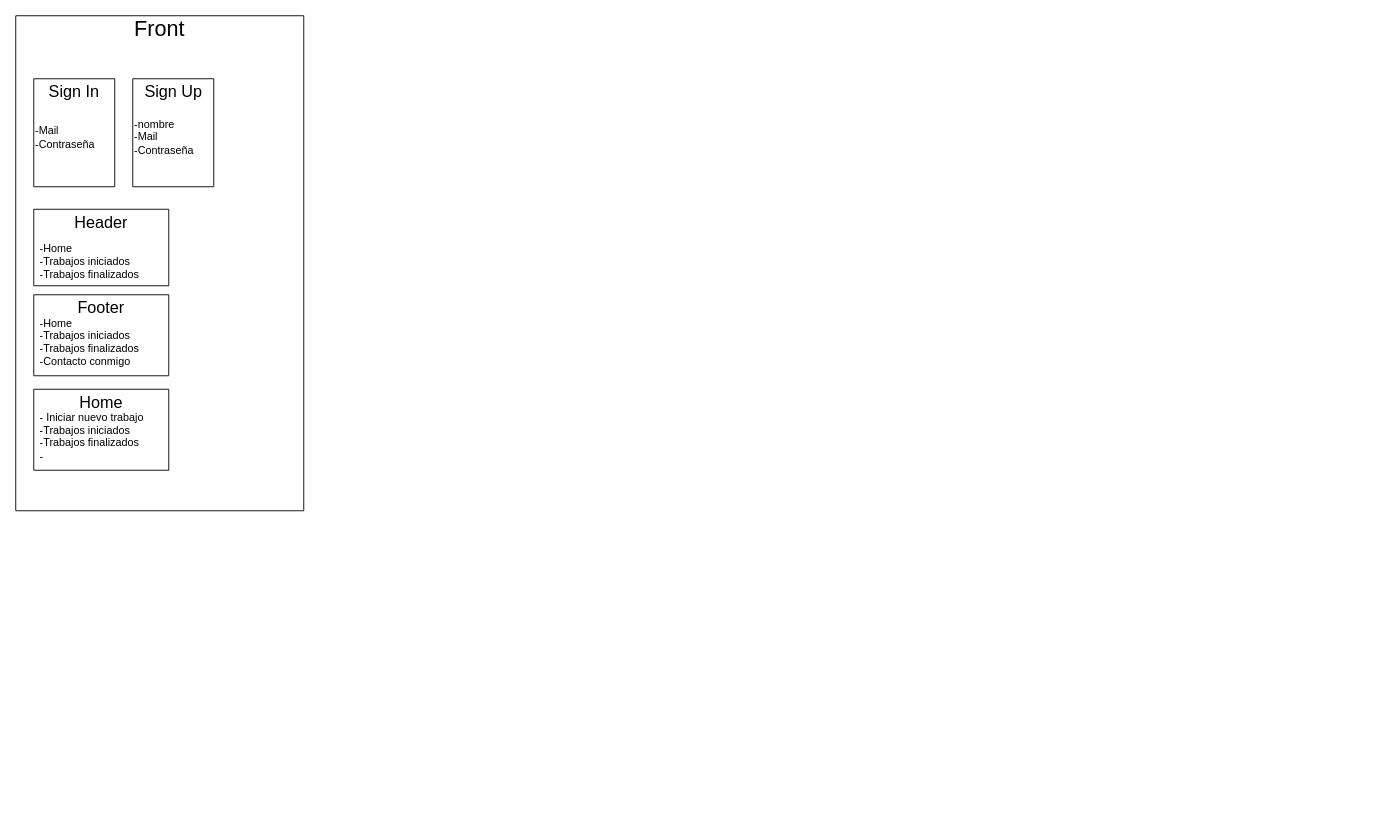
Before: servicioTecnico.drawio in Daniel-Ceriana/servicioTecnico, a draw.io diagram. Source tidied: cells renumbered, new cells numbered last; positions are measured from the earlier drawing's top-left corner, leaving out a move shared by most shapes. Both pictures are drawn from the tidied source at 90%, with x=0, y=0 at pixel (15, 15).
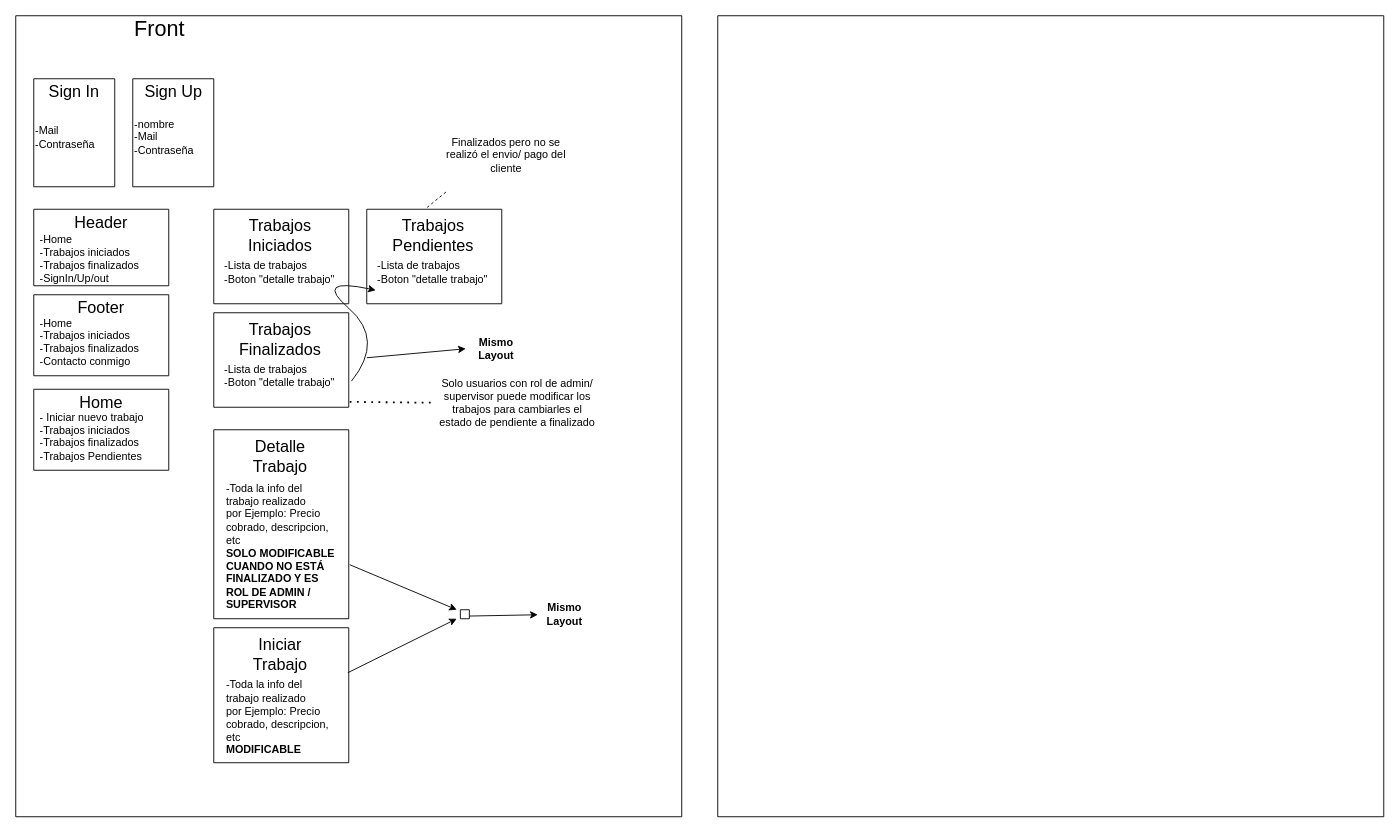
After the change.

Commit message:
Primera instancia de front en .drawio

Change to the diagram source:
```diff
@@
     <mxCell id="2" style="verticalLabelPosition=bottom;verticalAlign=top;html=1;shape=mxgraph.basic.rect;fillColor2=none;strokeWidth=1;size=20;indent=5;" parent="1" vertex="1">
-      <mxGeometry width="320" height="550" as="geometry" />
+      <mxGeometry width="740" height="890" as="geometry" />
     </mxCell>
@@
-    <mxCell id="12" value="&lt;div style=&quot;&quot;&gt;-Home&lt;/div&gt;&lt;div style=&quot;&quot;&gt;-Trabajos iniciados&lt;/div&gt;&lt;div style=&quot;&quot;&gt;-Trabajos finalizados&lt;/div&gt;&lt;div style=&quot;&quot;&gt;&lt;br&gt;&lt;/div&gt;" style="text;html=1;strokeColor=none;fillColor=none;align=left;verticalAlign=middle;whiteSpace=wrap;rounded=0;" parent="1" vertex="1">
-      <mxGeometry x="25" y="240" width="115" height="80" as="geometry" />
+    <mxCell id="12" value="&lt;div style=&quot;&quot;&gt;-Home&lt;/div&gt;&lt;div style=&quot;&quot;&gt;-Trabajos iniciados&lt;/div&gt;&lt;div style=&quot;&quot;&gt;-Trabajos finalizados&lt;/div&gt;&lt;div style=&quot;&quot;&gt;-SignIn/Up/out&lt;/div&gt;" style="text;html=1;strokeColor=none;fillColor=none;align=left;verticalAlign=middle;whiteSpace=wrap;rounded=0;" parent="1" vertex="1">
+      <mxGeometry x="25" y="230" width="115" height="80" as="geometry" />
     </mxCell>
@@
-    <mxCell id="18" value="&lt;div style=&quot;&quot;&gt;- Iniciar nuevo trabajo&lt;/div&gt;&lt;div style=&quot;&quot;&gt;-Trabajos iniciados&lt;/div&gt;&lt;div style=&quot;&quot;&gt;-Trabajos finalizados&lt;br&gt;-&lt;/div&gt;&lt;div style=&quot;&quot;&gt;&lt;br&gt;&lt;/div&gt;" style="text;html=1;strokeColor=none;fillColor=none;align=left;verticalAlign=middle;whiteSpace=wrap;rounded=0;" parent="1" vertex="1">
+    <mxCell id="18" value="&lt;div style=&quot;&quot;&gt;- Iniciar nuevo trabajo&lt;/div&gt;&lt;div style=&quot;&quot;&gt;-Trabajos iniciados&lt;/div&gt;&lt;div style=&quot;&quot;&gt;-Trabajos finalizados&lt;br&gt;-Trabajos Pendientes&lt;/div&gt;&lt;div style=&quot;&quot;&gt;&lt;br&gt;&lt;/div&gt;" style="text;html=1;strokeColor=none;fillColor=none;align=left;verticalAlign=middle;whiteSpace=wrap;rounded=0;" parent="1" vertex="1">
       <mxGeometry x="25" y="435" width="125" height="80" as="geometry" />
     </mxCell>
+    <mxCell id="19" style="verticalLabelPosition=bottom;verticalAlign=top;html=1;shape=mxgraph.basic.rect;fillColor2=none;strokeWidth=1;size=20;indent=5;" parent="1" vertex="1">
+      <mxGeometry x="220" y="215" width="150" height="105" as="geometry" />
+    </mxCell>
+    <mxCell id="20" value="&lt;span style=&quot;font-size: 18px;&quot;&gt;Trabajos Iniciados&lt;/span&gt;" style="text;html=1;strokeColor=none;fillColor=none;align=center;verticalAlign=middle;whiteSpace=wrap;rounded=0;" parent="1" vertex="1">
+      <mxGeometry x="264" y="230" width="60" height="30" as="geometry" />
+    </mxCell>
+    <mxCell id="21" value="&lt;div style=&quot;&quot;&gt;-Lista de trabajos&lt;/div&gt;&lt;div style=&quot;&quot;&gt;-Boton &quot;detalle trabajo&quot;&lt;/div&gt;" style="text;html=1;strokeColor=none;fillColor=none;align=left;verticalAlign=middle;whiteSpace=wrap;rounded=0;" parent="1" vertex="1">
+      <mxGeometry x="230" y="245" width="125" height="80" as="geometry" />
+    </mxCell>
+    <mxCell id="22" style="verticalLabelPosition=bottom;verticalAlign=top;html=1;shape=mxgraph.basic.rect;fillColor2=none;strokeWidth=1;size=20;indent=5;" parent="1" vertex="1">
+      <mxGeometry x="220" y="330" width="150" height="105" as="geometry" />
+    </mxCell>
+    <mxCell id="23" value="&lt;span style=&quot;font-size: 18px;&quot;&gt;Trabajos Finalizados&lt;/span&gt;" style="text;html=1;strokeColor=none;fillColor=none;align=center;verticalAlign=middle;whiteSpace=wrap;rounded=0;" parent="1" vertex="1">
+      <mxGeometry x="264" y="345" width="60" height="30" as="geometry" />
+    </mxCell>
+    <mxCell id="24" value="&lt;div style=&quot;&quot;&gt;-Lista de trabajos&lt;/div&gt;&lt;div style=&quot;&quot;&gt;-Boton &quot;detalle trabajo&quot;&lt;/div&gt;" style="text;html=1;strokeColor=none;fillColor=none;align=left;verticalAlign=middle;whiteSpace=wrap;rounded=0;" parent="1" vertex="1">
+      <mxGeometry x="230" y="360" width="125" height="80" as="geometry" />
+    </mxCell>
+    <mxCell id="25" style="verticalLabelPosition=bottom;verticalAlign=top;html=1;shape=mxgraph.basic.rect;fillColor2=none;strokeWidth=1;size=20;indent=5;" parent="1" vertex="1">
+      <mxGeometry x="220" y="460" width="150" height="210" as="geometry" />
+    </mxCell>
+    <mxCell id="26" value="&lt;span style=&quot;font-size: 18px;&quot;&gt;Detalle Trabajo&lt;/span&gt;" style="text;html=1;strokeColor=none;fillColor=none;align=center;verticalAlign=middle;whiteSpace=wrap;rounded=0;" parent="1" vertex="1">
+      <mxGeometry x="264" y="475" width="60" height="30" as="geometry" />
+    </mxCell>
+    <mxCell id="27" value="&lt;div style=&quot;&quot;&gt;-Toda la info del trabajo realizado&lt;/div&gt;&lt;div style=&quot;&quot;&gt;por Ejemplo: Precio cobrado, descripcion, etc&lt;/div&gt;&lt;div style=&quot;&quot;&gt;&lt;b&gt;SOLO MODIFICABLE CUANDO NO ESTÁ FINALIZADO Y ES ROL DE ADMIN / SUPERVISOR&lt;/b&gt;&lt;/div&gt;" style="text;html=1;strokeColor=none;fillColor=none;align=left;verticalAlign=middle;whiteSpace=wrap;rounded=0;" parent="1" vertex="1">
+      <mxGeometry x="231.5" y="550" width="125" height="80" as="geometry" />
+    </mxCell>
+    <mxCell id="28" style="verticalLabelPosition=bottom;verticalAlign=top;html=1;shape=mxgraph.basic.rect;fillColor2=none;strokeWidth=1;size=20;indent=5;" parent="1" vertex="1">
+      <mxGeometry x="390" y="215" width="150" height="105" as="geometry" />
+    </mxCell>
+    <mxCell id="29" value="&lt;span style=&quot;font-size: 18px;&quot;&gt;Trabajos Pendientes&lt;/span&gt;" style="text;html=1;strokeColor=none;fillColor=none;align=center;verticalAlign=middle;whiteSpace=wrap;rounded=0;" parent="1" vertex="1">
+      <mxGeometry x="434" y="230" width="60" height="30" as="geometry" />
+    </mxCell>
+    <mxCell id="30" value="&lt;div style=&quot;&quot;&gt;-Lista de trabajos&lt;/div&gt;&lt;div style=&quot;&quot;&gt;-Boton &quot;detalle trabajo&quot;&lt;/div&gt;" style="text;html=1;strokeColor=none;fillColor=none;align=left;verticalAlign=middle;whiteSpace=wrap;rounded=0;" parent="1" vertex="1">
+      <mxGeometry x="400" y="245" width="125" height="80" as="geometry" />
+    </mxCell>
+    <mxCell id="31" style="curved=1;endArrow=classic;html=1;rounded=0;exitX=1.02;exitY=0.724;exitDx=0;exitDy=0;exitPerimeter=0;entryX=0;entryY=0.75;entryDx=0;entryDy=0;" parent="1" edge="1" source="22" target="30">
+      <mxGeometry relative="1" as="geometry">
+        <Array as="points">
+          <mxPoint x="410" y="360" />
+          <mxPoint x="330" y="290" />
+        </Array>
+      </mxGeometry>
+    </mxCell>
+    <mxCell id="32" style="endArrow=classic;html=1;rounded=0;" parent="1" edge="1">
+      <mxGeometry relative="1" as="geometry">
+        <mxPoint x="390" y="380" as="sourcePoint" />
+        <mxPoint x="500" y="370" as="targetPoint" />
+      </mxGeometry>
+    </mxCell>
+    <mxCell id="33" value="&lt;b&gt;Mismo&lt;br&gt;Layout&lt;/b&gt;" style="text;html=1;strokeColor=none;fillColor=none;align=center;verticalAlign=middle;whiteSpace=wrap;rounded=0;" parent="1" vertex="1">
+      <mxGeometry x="494" y="355" width="80" height="30" as="geometry" />
+    </mxCell>
+    <mxCell id="34" style="verticalLabelPosition=bottom;verticalAlign=top;html=1;shape=mxgraph.basic.rect;fillColor2=none;strokeWidth=1;size=20;indent=5;" parent="1" vertex="1">
+      <mxGeometry x="220" y="680" width="150" height="150" as="geometry" />
+    </mxCell>
+    <mxCell id="35" value="&lt;span style=&quot;font-size: 18px;&quot;&gt;Iniciar Trabajo&lt;/span&gt;" style="text;html=1;strokeColor=none;fillColor=none;align=center;verticalAlign=middle;whiteSpace=wrap;rounded=0;" parent="1" vertex="1">
+      <mxGeometry x="264" y="695" width="60" height="30" as="geometry" />
+    </mxCell>
+    <mxCell id="36" value="&lt;div style=&quot;&quot;&gt;-Toda la info del trabajo realizado&lt;/div&gt;&lt;div style=&quot;&quot;&gt;por Ejemplo: Precio cobrado, descripcion, etc&lt;/div&gt;&lt;div style=&quot;&quot;&gt;&lt;b&gt;MODIFICABLE&lt;/b&gt;&lt;/div&gt;" style="text;html=1;strokeColor=none;fillColor=none;align=left;verticalAlign=middle;whiteSpace=wrap;rounded=0;" parent="1" vertex="1">
+      <mxGeometry x="231.5" y="740" width="125" height="80" as="geometry" />
+    </mxCell>
+    <mxCell id="37" value="&lt;b&gt;Mismo&lt;br&gt;Layout&lt;/b&gt;" style="text;html=1;strokeColor=none;fillColor=none;align=center;verticalAlign=middle;whiteSpace=wrap;rounded=0;" parent="1" vertex="1">
+      <mxGeometry x="580" y="650" width="60" height="30" as="geometry" />
+    </mxCell>
+    <mxCell id="38" style="endArrow=none;dashed=1;html=1;rounded=0;exitX=0.447;exitY=-0.019;exitDx=0;exitDy=0;exitPerimeter=0;entryX=0.649;entryY=0.218;entryDx=0;entryDy=0;entryPerimeter=0;" parent="1" edge="1" source="28" target="2">
+      <mxGeometry relative="1" as="geometry" />
+    </mxCell>
+    <mxCell id="39" value="Finalizados pero no se realizó el envio/ pago del cliente" style="text;html=1;strokeColor=none;fillColor=none;align=center;verticalAlign=middle;whiteSpace=wrap;rounded=0;" parent="1" vertex="1">
+      <mxGeometry x="470" y="140" width="150" height="30" as="geometry" />
+    </mxCell>
+    <mxCell id="40" style="endArrow=none;dashed=1;html=1;dashPattern=1 3;strokeWidth=2;rounded=0;exitX=1.007;exitY=0.943;exitDx=0;exitDy=0;exitPerimeter=0;entryX=0;entryY=0.5;entryDx=0;entryDy=0;" parent="1" edge="1" source="22" target="41">
+      <mxGeometry relative="1" as="geometry" />
+    </mxCell>
+    <mxCell id="41" value="Solo usuarios con rol de admin/ supervisor puede modificar los trabajos para cambiarles el estado de pendiente a finalizado" style="text;html=1;strokeColor=none;fillColor=none;align=center;verticalAlign=middle;whiteSpace=wrap;rounded=0;" parent="1" vertex="1">
+      <mxGeometry x="465" y="415" width="185" height="30" as="geometry" />
+    </mxCell>
+    <mxCell id="42" style="verticalLabelPosition=bottom;verticalAlign=top;html=1;shape=mxgraph.basic.rect;fillColor2=none;strokeWidth=1;size=20;indent=0;" parent="1" vertex="1">
+      <mxGeometry x="494" y="660" width="10" height="10" as="geometry" />
+    </mxCell>
+    <mxCell id="43" style="endArrow=classic;html=1;rounded=0;exitX=0.993;exitY=0.333;exitDx=0;exitDy=0;exitPerimeter=0;" parent="1" edge="1" source="34">
+      <mxGeometry relative="1" as="geometry">
+        <mxPoint x="490" y="670" as="targetPoint" />
+      </mxGeometry>
+    </mxCell>
+    <mxCell id="44" style="endArrow=classic;html=1;rounded=0;exitX=1.007;exitY=0.714;exitDx=0;exitDy=0;exitPerimeter=0;" parent="1" edge="1" source="25">
+      <mxGeometry relative="1" as="geometry">
+        <mxPoint x="490" y="660" as="targetPoint" />
+      </mxGeometry>
+    </mxCell>
+    <mxCell id="45" style="endArrow=classic;html=1;rounded=0;exitX=1;exitY=0.7;exitDx=0;exitDy=0;exitPerimeter=0;" parent="1" edge="1" source="42" target="37">
+      <mxGeometry relative="1" as="geometry" />
+    </mxCell>
+    <mxCell id="46" style="verticalLabelPosition=bottom;verticalAlign=top;html=1;shape=mxgraph.basic.rect;fillColor2=none;strokeWidth=1;size=20;indent=5;" parent="1" vertex="1">
+      <mxGeometry x="780" width="740" height="890" as="geometry" />
+    </mxCell>
```
